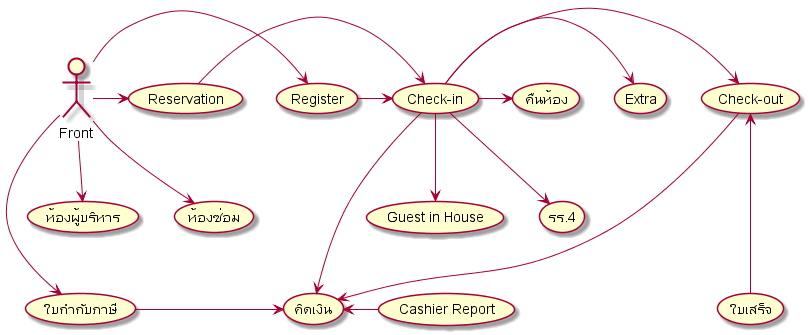
This is out/usecase-diagram/front/front.png from cheat13/Prompiman_Diagram, a PlantUML export, as it was before one commit. Its diagram source:
```plantuml
@startuml

:Front: as user
(Register) as (regis)
(Check-in)
(Check-out)
(Extra)
(Reservation) as (booking)
(ห้องผู้บริหาร)
(ห้องซ่อม)
(Guest in House) as (guest)
(รร.4)
(Cashier Report) as (report)
(ใบกำกับภาษี)
(ใบเสร็จ)
(คิดเงิน)
(คืนห้อง)

user -> (regis)
(regis) -> (Check-in)
(Check-in) -> (Check-out)
(Check-in) -> (Extra)
(Check-in) -> (คืนห้อง)
user -> (booking)
(booking) -> (Check-in)
user --> (ห้องผู้บริหาร)
user --> (ห้องซ่อม)
(Check-in) --> (guest)
(Check-in) --> (รร.4)
(คิดเงิน) <- (report)
user ---> (ใบกำกับภาษี)
(Check-out) <--- (ใบเสร็จ)
(Check-in) -> (คิดเงิน)
(Check-out) -> (คิดเงิน)
(ใบกำกับภาษี) -> (คิดเงิน)

@enduml
```
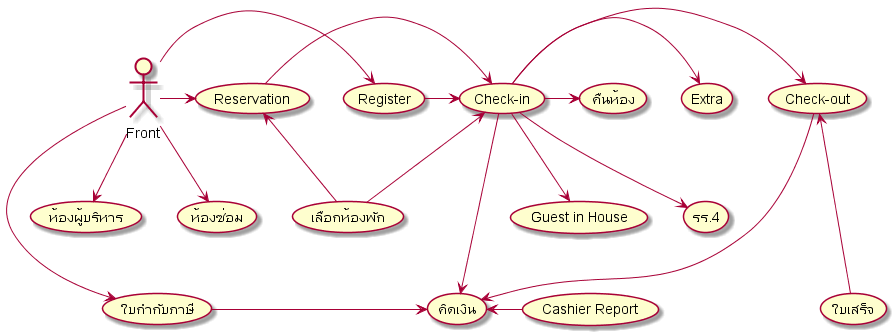
The same diagram one commit later.

The edit, as a diff of the source:
```diff
@@ -8,6 +8,7 @@
 (Reservation) as (booking)
 (ห้องผู้บริหาร)
 (ห้องซ่อม)
+(เลือกห้องพัก) as (rooms)
 (Guest in House) as (guest)
 (รร.4)
 (Cashier Report) as (report)
@@ -33,5 +34,7 @@
 (Check-in) -> (คิดเงิน)
 (Check-out) -> (คิดเงิน)
 (ใบกำกับภาษี) -> (คิดเงิน)
+(Check-in) <-- (rooms)
+(booking) <-- (rooms)
 
 @enduml
```
